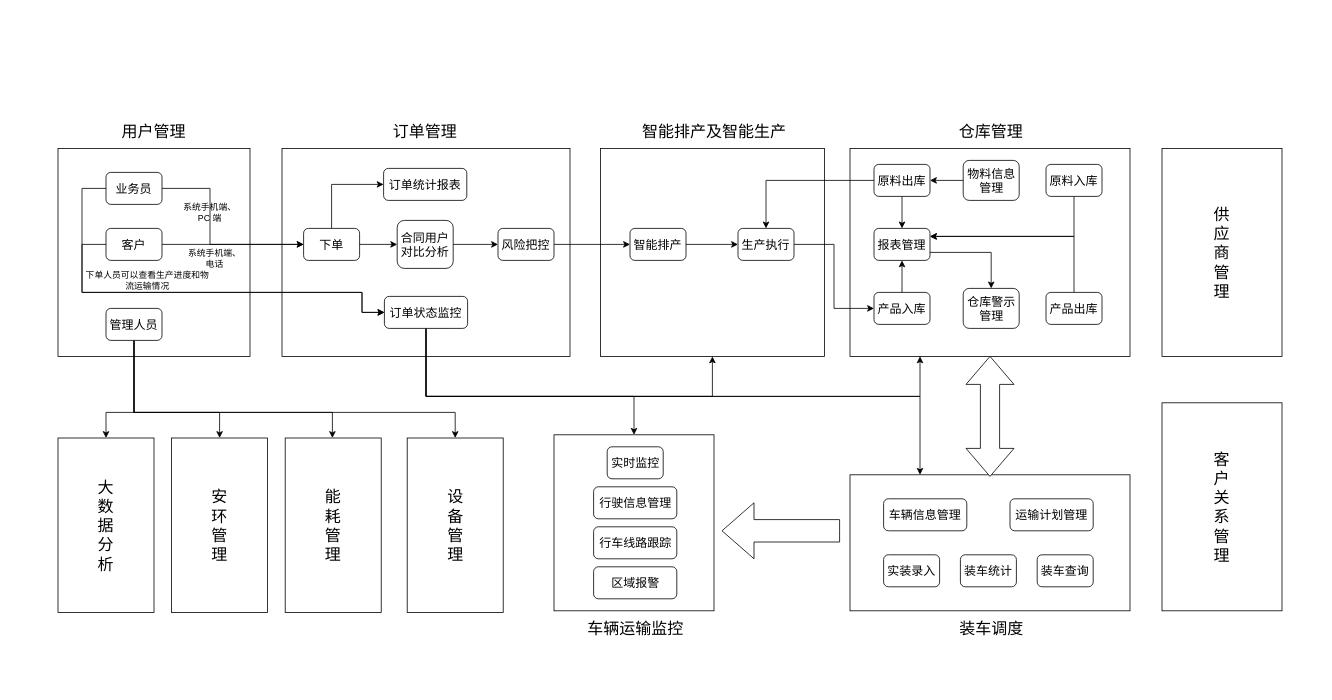
Before: 智能工厂系统流程图.drawio in YoungYo/drawio, a draw.io diagram. Source tidied: cells renumbered, new cells numbered last; positions are measured from the earlier drawing's top-left corner, leaving out a move shared by most shapes. Both pictures are drawn from the tidied source at 80%, with x=0, y=0 at pixel (58, 112).
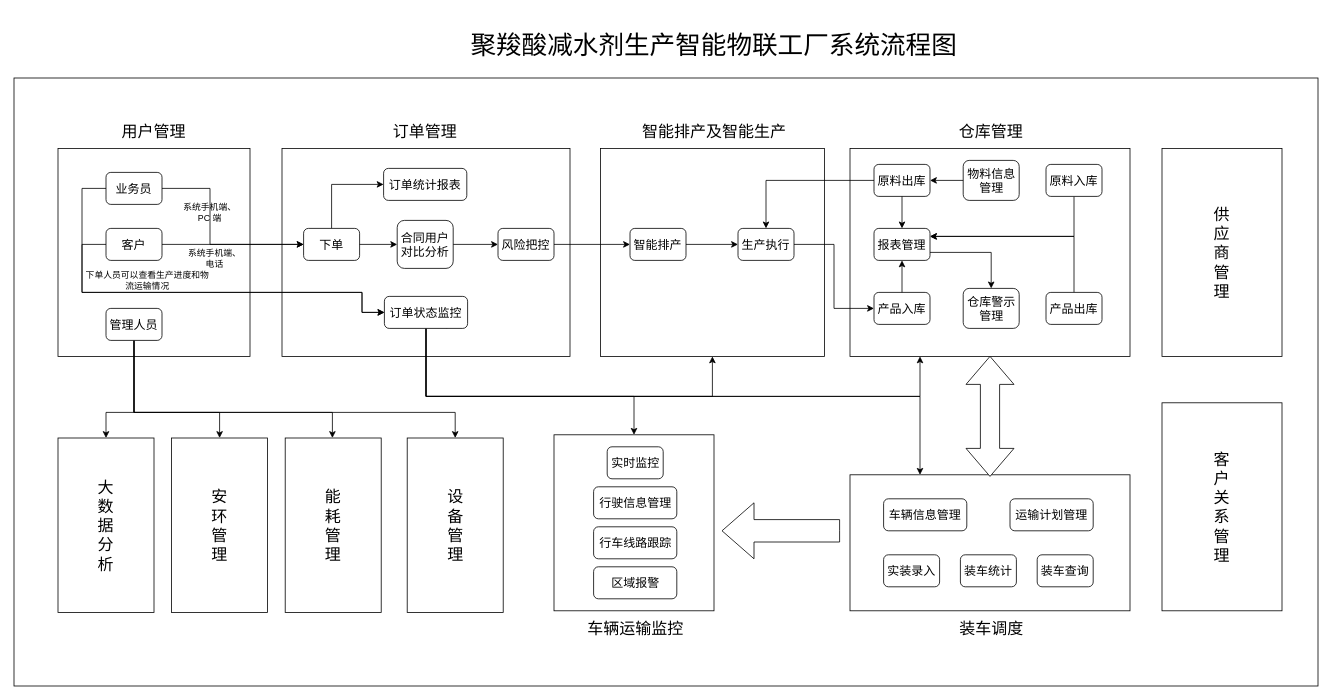
The same diagram, later.

Commit message:
聚羧酸减水剂生产智能物联工厂系统流程图.drawio

Change to the diagram source:
```diff
@@
+    <mxCell id="76" style="rounded=0;whiteSpace=wrap;html=1;" parent="1" vertex="1">
+      <mxGeometry x="-55" y="-43" width="1630" height="760" as="geometry" />
+    </mxCell>
@@
+    <mxCell id="77" value="聚羧酸减水剂生产智能物联工厂系统流程图" style="text;html=1;strokeColor=none;fillColor=none;align=center;verticalAlign=middle;whiteSpace=wrap;rounded=0;fontSize=32;" parent="1" vertex="1">
+      <mxGeometry x="495" y="-123" width="650" height="80" as="geometry" />
+    </mxCell>
```
